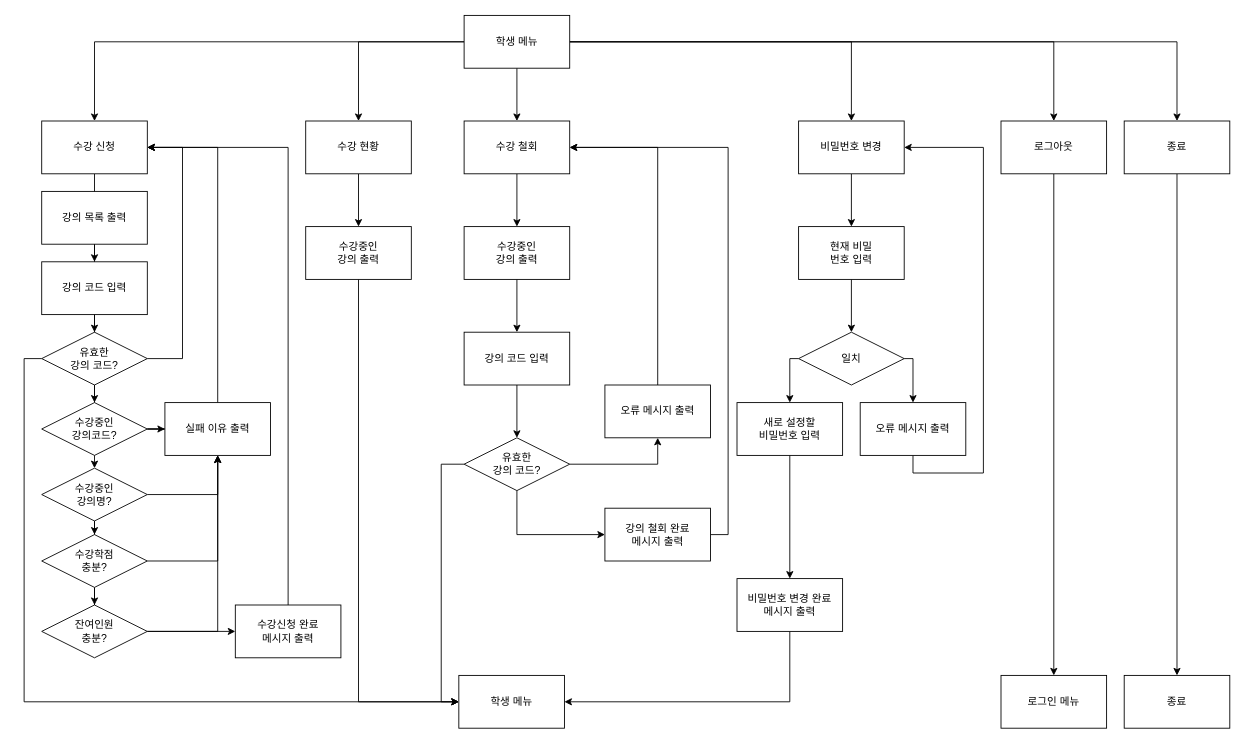
ansejoon1117/Cpp keeps this draw.io diagram as Project/A course registration program/Student menu.drawio. Above is the earlier version. Source tidied: cells renumbered, new cells numbered last; positions are measured from the earlier drawing's top-left corner, leaving out a move shared by most shapes. Both pictures are drawn from the tidied source at 88%, with x=0, y=0 at pixel (24, 15).
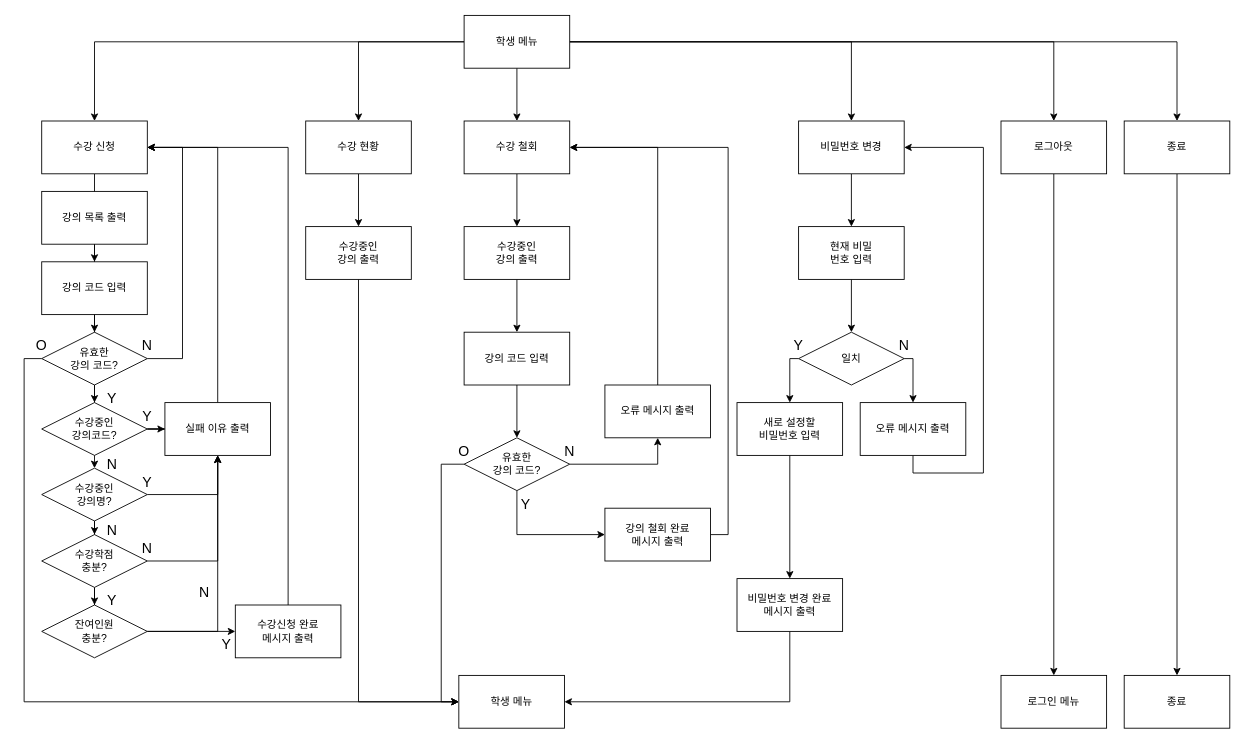
The same diagram, later.

Diff of the diagram source:
```diff
@@
+    <mxCell id="72" value="Y" style="text;html=1;strokeColor=none;fillColor=none;align=center;verticalAlign=middle;whiteSpace=wrap;rounded=0;fontSize=16;" parent="1" vertex="1">
+      <mxGeometry x="540" y="540" width="60" height="30" as="geometry" />
+    </mxCell>
+    <mxCell id="73" value="Y" style="text;html=1;strokeColor=none;fillColor=none;align=center;verticalAlign=middle;whiteSpace=wrap;rounded=0;fontSize=16;" parent="1" vertex="1">
+      <mxGeometry x="850" y="360" width="60" height="30" as="geometry" />
+    </mxCell>
+    <mxCell id="74" value="Y" style="text;html=1;strokeColor=none;fillColor=none;align=center;verticalAlign=middle;whiteSpace=wrap;rounded=0;fontSize=16;" parent="1" vertex="1">
+      <mxGeometry x="70" y="420" width="60" height="30" as="geometry" />
+    </mxCell>
+    <mxCell id="75" value="Y" style="text;html=1;strokeColor=none;fillColor=none;align=center;verticalAlign=middle;whiteSpace=wrap;rounded=0;fontSize=16;" parent="1" vertex="1">
+      <mxGeometry x="110" y="440" width="60" height="30" as="geometry" />
+    </mxCell>
+    <mxCell id="76" value="Y" style="text;html=1;strokeColor=none;fillColor=none;align=center;verticalAlign=middle;whiteSpace=wrap;rounded=0;fontSize=16;" parent="1" vertex="1">
+      <mxGeometry x="110" y="514.5" width="60" height="30" as="geometry" />
+    </mxCell>
+    <mxCell id="77" value="N" style="text;html=1;strokeColor=none;fillColor=none;align=center;verticalAlign=middle;whiteSpace=wrap;rounded=0;fontSize=16;" parent="1" vertex="1">
+      <mxGeometry x="110" y="590" width="60" height="30" as="geometry" />
+    </mxCell>
+    <mxCell id="78" value="N" style="text;html=1;strokeColor=none;fillColor=none;align=center;verticalAlign=middle;whiteSpace=wrap;rounded=0;fontSize=16;" parent="1" vertex="1">
+      <mxGeometry x="200" y="640" width="10" height="30" as="geometry" />
+    </mxCell>
+    <mxCell id="79" value="N" style="text;html=1;strokeColor=none;fillColor=none;align=center;verticalAlign=middle;whiteSpace=wrap;rounded=0;fontSize=16;" parent="1" vertex="1">
+      <mxGeometry x="110" y="360" width="60" height="30" as="geometry" />
+    </mxCell>
+    <mxCell id="80" value="Y" style="text;html=1;strokeColor=none;fillColor=none;align=center;verticalAlign=middle;whiteSpace=wrap;rounded=0;fontSize=16;" parent="1" vertex="1">
+      <mxGeometry x="200" y="700" width="60" height="30" as="geometry" />
+    </mxCell>
+    <mxCell id="81" value="O" style="text;html=1;strokeColor=none;fillColor=none;align=center;verticalAlign=middle;whiteSpace=wrap;rounded=0;fontSize=16;" parent="1" vertex="1">
+      <mxGeometry x="-10" y="360" width="60" height="30" as="geometry" />
+    </mxCell>
+    <mxCell id="82" value="N" style="text;html=1;strokeColor=none;fillColor=none;align=center;verticalAlign=middle;whiteSpace=wrap;rounded=0;fontSize=16;" parent="1" vertex="1">
+      <mxGeometry x="70" y="495" width="60" height="30" as="geometry" />
+    </mxCell>
+    <mxCell id="83" value="Y" style="text;html=1;strokeColor=none;fillColor=none;align=center;verticalAlign=middle;whiteSpace=wrap;rounded=0;fontSize=16;" parent="1" vertex="1">
+      <mxGeometry x="70" y="650" width="60" height="30" as="geometry" />
+    </mxCell>
+    <mxCell id="84" value="N" style="text;html=1;strokeColor=none;fillColor=none;align=center;verticalAlign=middle;whiteSpace=wrap;rounded=0;fontSize=16;" parent="1" vertex="1">
+      <mxGeometry x="70" y="570" width="60" height="30" as="geometry" />
+    </mxCell>
+    <mxCell id="85" value="N" style="text;html=1;strokeColor=none;fillColor=none;align=center;verticalAlign=middle;whiteSpace=wrap;rounded=0;fontSize=16;" parent="1" vertex="1">
+      <mxGeometry x="590" y="480" width="60" height="30" as="geometry" />
+    </mxCell>
+    <mxCell id="86" value="N" style="text;html=1;strokeColor=none;fillColor=none;align=center;verticalAlign=middle;whiteSpace=wrap;rounded=0;fontSize=16;" parent="1" vertex="1">
+      <mxGeometry x="970" y="360" width="60" height="30" as="geometry" />
+    </mxCell>
+    <mxCell id="87" value="O" style="text;html=1;strokeColor=none;fillColor=none;align=center;verticalAlign=middle;whiteSpace=wrap;rounded=0;fontSize=16;" parent="1" vertex="1">
+      <mxGeometry x="470" y="480" width="60" height="30" as="geometry" />
+    </mxCell>
```
